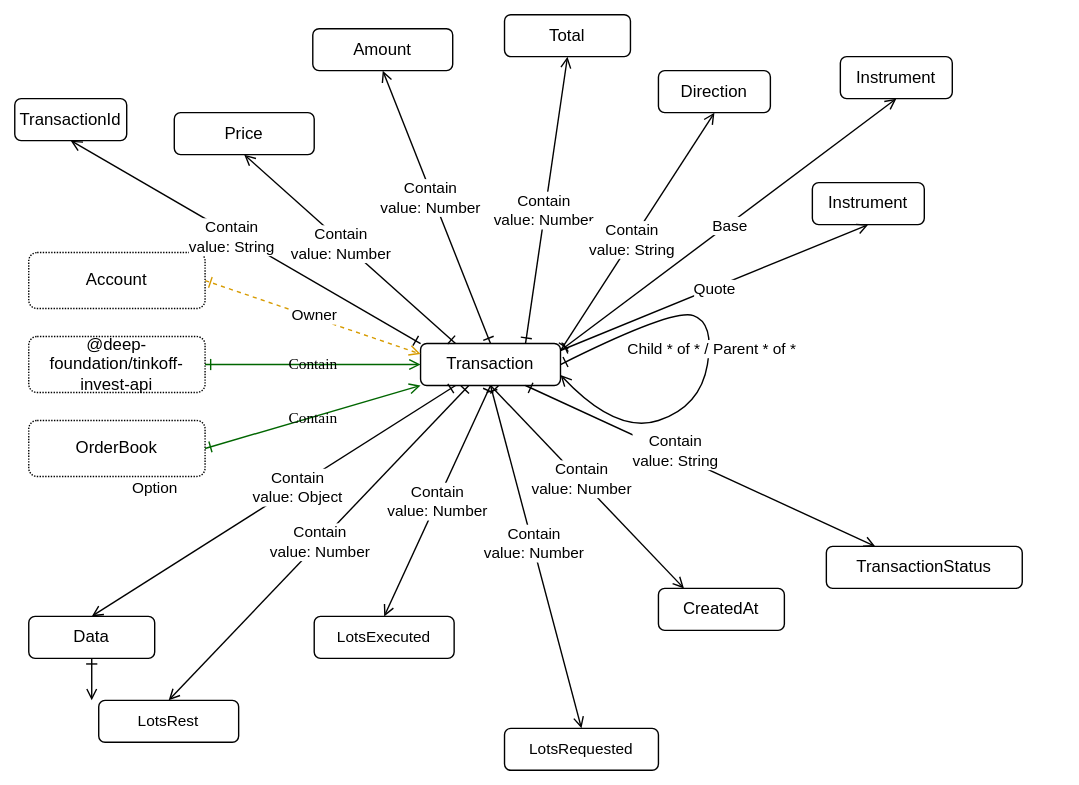
Above: src/transaction/Transaction.drawio.svg in suenot/deep-tinkoff-invest-api (draw.io), before the change. Source tidied: cells renumbered, new cells last; positions are measured from the earlier drawing's top-left corner, leaving out a move shared by most shapes.
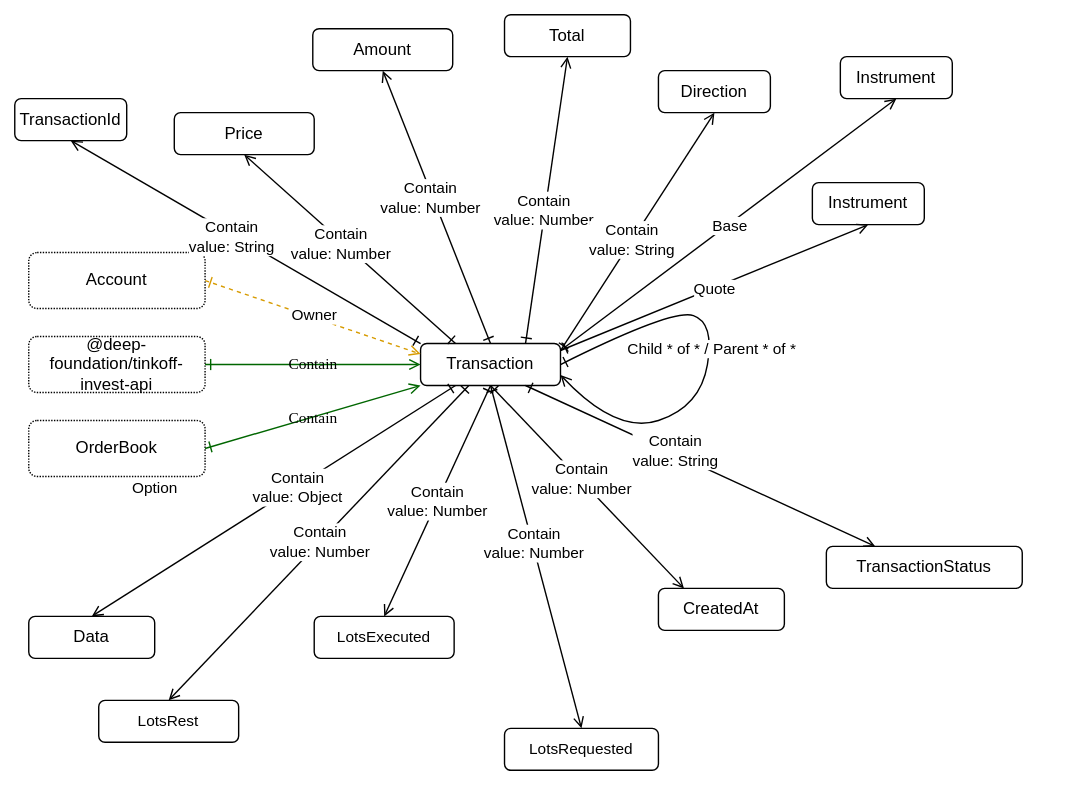
After the change.

The edit, as a diff of the source:
```diff
@@ -118,11 +118,6 @@
     <mxCell id="39" value="Contain&lt;br&gt;value: String" style="edgeLabel;html=1;align=center;verticalAlign=middle;" parent="38" vertex="1">
       <mxGeometry x="-0.16" y="2" relative="1" as="geometry" />
     </mxCell>
-    <mxCell id="40" style="edgeStyle=none;html=1;exitX=0.5;exitY=1;exitDx=0;exitDy=0;startArrow=ERone;startFill=0;endArrow=open;endFill=0;" parent="1" edge="1" source="34">
-      <mxGeometry relative="1" as="geometry">
-        <mxPoint x="65" y="500" as="targetPoint" />
-      </mxGeometry>
-    </mxCell>
     <mxCell id="41" style="edgeStyle=none;html=1;startArrow=ERone;startFill=0;endArrow=open;endFill=0;strokeColor=#000000;exitX=1;exitY=0.5;exitDx=0;exitDy=0;curved=1;entryX=1;entryY=0.75;entryDx=0;entryDy=0;" parent="1" edge="1" source="5" target="5">
       <mxGeometry relative="1" as="geometry">
         <Array as="points">
```
